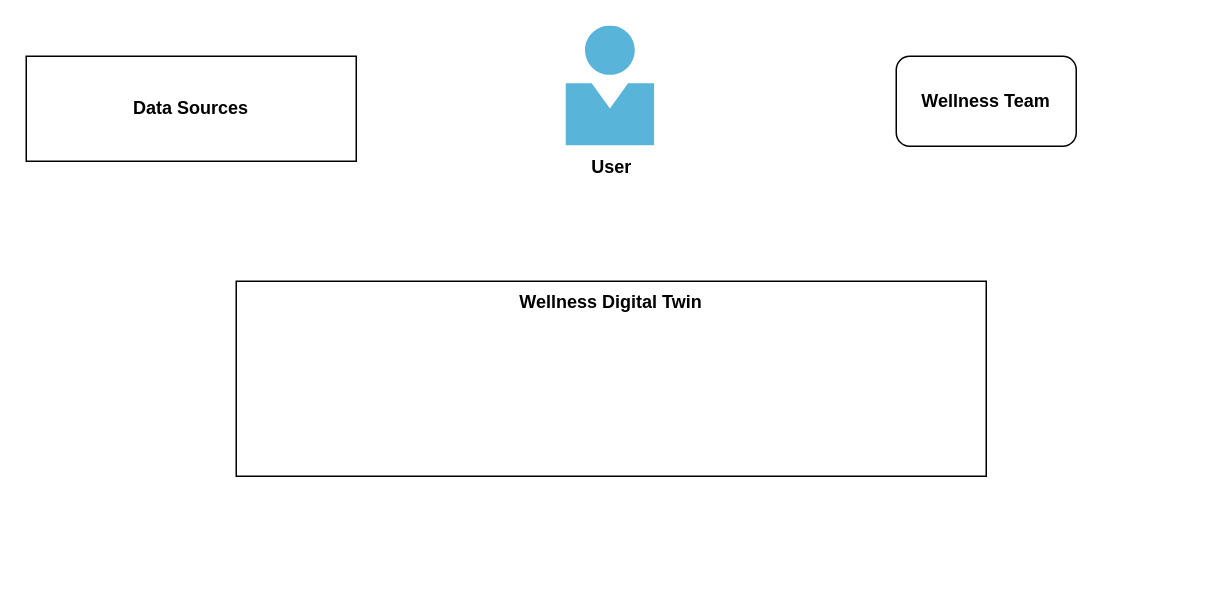
CGS-Claudiu/WAF keeps this draw.io diagram as Conceptual.drawio. Above is the earlier version. Source tidied: cells renumbered, new cells numbered last; positions are measured from the earlier drawing's top-left corner, leaving out a move shared by most shapes. Both pictures are drawn from the tidied source at 150%, with x=0, y=0 at pixel (26, 26).
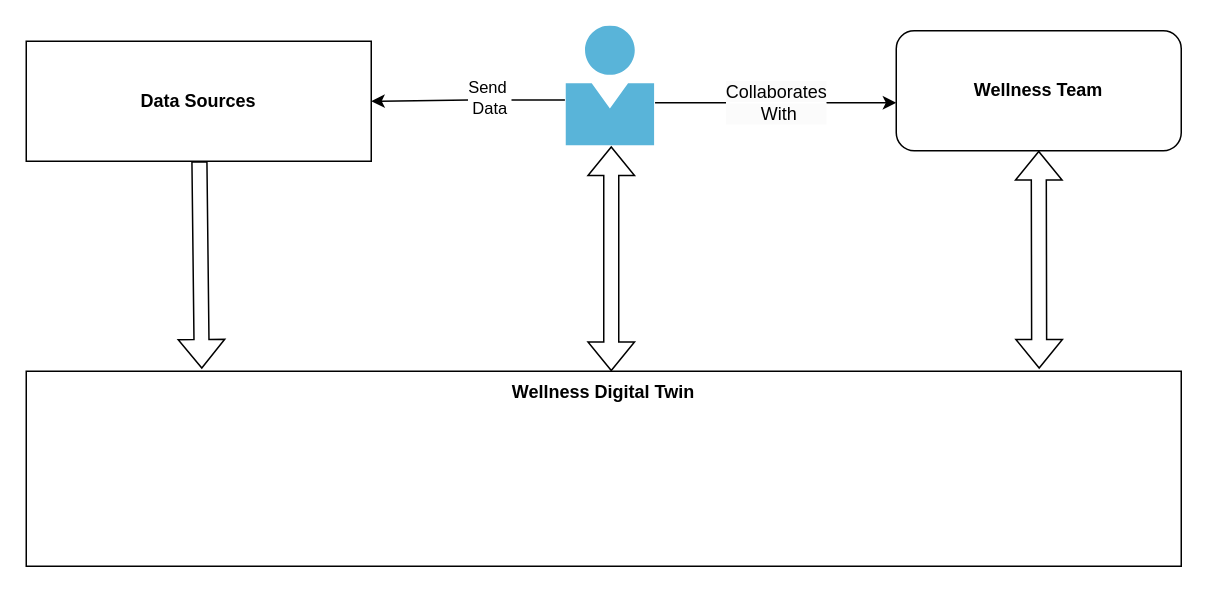
After the change.

The edit, as a diff of the source:
```diff
@@
 <mxGraphModel>
   <root>
     <mxCell id="0" />
     <mxCell id="1" parent="0" />
     <mxCell id="2" value="&lt;b&gt;Data Sources&lt;/b&gt;" style="rounded=0;whiteSpace=wrap;html=1;" parent="1" vertex="1">
-      <mxGeometry y="20" width="220" height="70" as="geometry" />
+      <mxGeometry y="10" width="230" height="80" as="geometry" />
     </mxCell>
     <mxCell id="3" value="&lt;b&gt;Wellness Team&lt;/b&gt;" style="rounded=1;whiteSpace=wrap;html=1;" parent="1" vertex="1">
-      <mxGeometry x="580" y="20" width="120" height="60" as="geometry" />
+      <mxGeometry x="580" y="3" width="190" height="80" as="geometry" />
     </mxCell>
+    <mxCell id="6" style="edgeStyle=orthogonalEdgeStyle;rounded=0;jettySize=auto;html=1;exitX=-0.015;exitY=0.615;exitDx=0;exitDy=0;exitPerimeter=0;" parent="1" edge="1" source="4" target="2">
+      <mxGeometry relative="1" as="geometry" />
+    </mxCell>
+    <mxCell id="7" value="Send&amp;nbsp;&lt;div&gt;Data&lt;/div&gt;" style="edgeLabel;html=1;align=center;verticalAlign=middle;" parent="6" vertex="1">
+      <mxGeometry x="-0.21" y="-2" relative="1" as="geometry" />
+    </mxCell>
+    <mxCell id="8" style="edgeStyle=orthogonalEdgeStyle;rounded=0;orthogonalLoop=1;jettySize=auto;html=1;" parent="1" edge="1">
+      <mxGeometry relative="1" as="geometry">
+        <mxPoint x="419.2" y="51" as="sourcePoint" />
+        <mxPoint x="580" y="51" as="targetPoint" />
+        <Array as="points">
+          <mxPoint x="440" y="51" />
+          <mxPoint x="440" y="51" />
+        </Array>
+      </mxGeometry>
+    </mxCell>
+    <mxCell id="9" value="&lt;span style=&quot;font-size: 12px; background-color: rgb(251, 251, 251);&quot;&gt;Collaborates&lt;/span&gt;&lt;div style=&quot;font-size: 12px; background-color: rgb(251, 251, 251);&quot;&gt;&amp;nbsp;With&lt;/div&gt;" style="edgeLabel;html=1;align=center;verticalAlign=middle;" parent="8" vertex="1">
+      <mxGeometry x="-0.01" y="1" relative="1" as="geometry" />
+    </mxCell>
-    <mxCell id="4" value="&lt;b&gt;User&lt;/b&gt;" style="image;sketch=0;html=1;points=[];align=center;fontSize=12;image=img/lib/mscae/Person.svg;" parent="1" vertex="1">
+    <mxCell id="4" style="image;sketch=0;html=1;points=[];align=center;fontSize=12;image=img/lib/mscae/Person.svg;" parent="1" vertex="1">
       <mxGeometry x="360" width="59.2" height="80" as="geometry" />
     </mxCell>
     <mxCell id="5" value="&lt;b&gt;Wellness Digital Twin&lt;/b&gt;" style="rounded=0;whiteSpace=wrap;html=1;align=center;verticalAlign=top;" parent="1" vertex="1">
-      <mxGeometry x="140" y="170" width="500" height="130" as="geometry" />
+      <mxGeometry y="230" width="770" height="130" as="geometry" />
     </mxCell>
+    <mxCell id="10" style="shape=flexArrow;endArrow=classic;html=1;rounded=0;entryX=0.152;entryY=-0.013;entryDx=0;entryDy=0;entryPerimeter=0;" parent="1" edge="1" source="2" target="5">
+      <mxGeometry relative="1" as="geometry" />
+    </mxCell>
+    <mxCell id="11" style="shape=flexArrow;endArrow=classic;startArrow=classic;html=1;rounded=0;entryX=0.5;entryY=1;entryDx=0;entryDy=0;exitX=0.877;exitY=-0.013;exitDx=0;exitDy=0;exitPerimeter=0;" parent="1" edge="1" source="5" target="3">
+      <mxGeometry relative="1" as="geometry" />
+    </mxCell>
+    <mxCell id="12" style="shape=flexArrow;endArrow=classic;startArrow=classic;html=1;rounded=0;exitX=0.5;exitY=0;exitDx=0;exitDy=0;" parent="1" edge="1">
+      <mxGeometry relative="1" as="geometry">
+        <mxPoint x="390" y="230" as="sourcePoint" />
+        <mxPoint x="390" y="80" as="targetPoint" />
+      </mxGeometry>
+    </mxCell>
   </root>
 </mxGraphModel>
```
